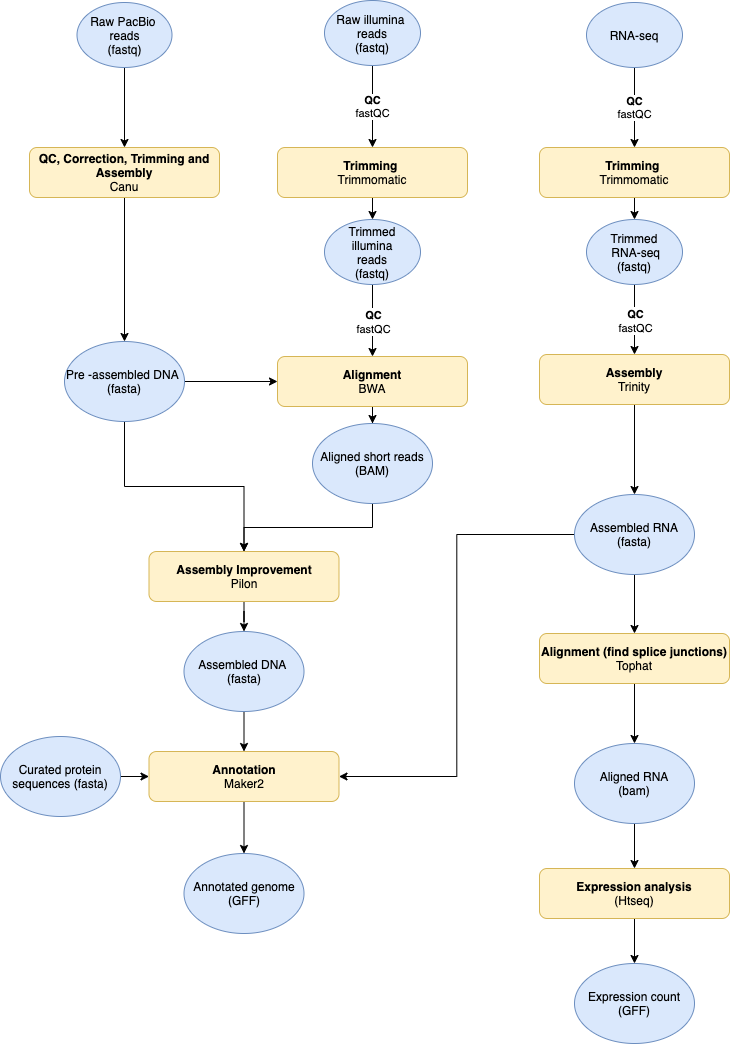
This is images/Project_plan.png from erik-burger/erik_burger_genome_analysis, a draw.io export, as it was before one commit. Source tidied: cells renumbered, new cells last; positions are measured from the earlier drawing's top-left corner, leaving out a move shared by most shapes.
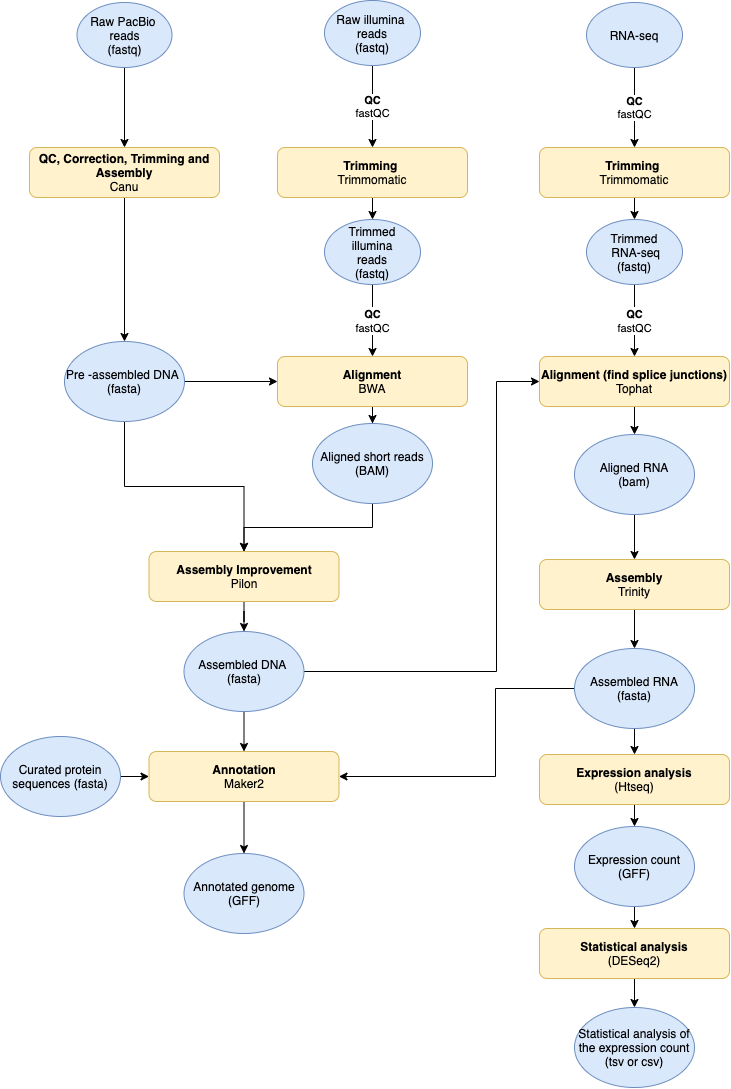
After the commit.

The edit, as a diff of the source:
```diff
@@ -47,6 +47,14 @@
     <mxCell id="16" style="edgeStyle=orthogonalEdgeStyle;rounded=0;jettySize=auto;html=1;entryX=0.5;entryY=0;entryDx=0;entryDy=0;" parent="1" edge="1" source="17" target="26">
       <mxGeometry relative="1" as="geometry" />
     </mxCell>
+    <mxCell id="50" style="edgeStyle=orthogonalEdgeStyle;rounded=0;jettySize=auto;html=1;entryX=0;entryY=0.5;entryDx=0;entryDy=0;" parent="1" edge="1" source="17" target="21">
+      <mxGeometry relative="1" as="geometry">
+        <Array as="points">
+          <mxPoint x="496" y="671" />
+          <mxPoint x="496" y="381" />
+        </Array>
+      </mxGeometry>
+    </mxCell>
     <mxCell id="17" value="Assembled DNA&amp;nbsp;&lt;br&gt;(fasta)" style="ellipse;whiteSpace=wrap;html=1;fillColor=#dae8fc;strokeColor=#6c8ebf;" parent="1" vertex="1">
       <mxGeometry x="183.5" y="631" width="120" height="80" as="geometry" />
     </mxCell>
@@ -60,16 +68,16 @@
       <mxGeometry relative="1" as="geometry" />
     </mxCell>
     <mxCell id="21" value="&lt;b&gt;Alignment (find splice junctions)&lt;/b&gt;&lt;br&gt;Tophat" style="rounded=1;whiteSpace=wrap;html=1;fillColor=#fff2cc;strokeColor=#d6b656;" parent="1" vertex="1">
-      <mxGeometry x="539" y="633" width="190" height="50" as="geometry" />
+      <mxGeometry x="539" y="356" width="190" height="50" as="geometry" />
     </mxCell>
     <mxCell id="22" value="&lt;span style=&quot;color: rgba(0 , 0 , 0 , 0) ; font-family: monospace ; font-size: 0px&quot;&gt;%3CmxGraphModel%3E%3Croot%3E%3CmxCell%20id%3D%220%22%2F%3E%3CmxCell%20id%3D%221%22%20parent%3D%220%22%2F%3E%3CmxCell%20id%3D%222%22%20value%3D%22QC%20and%20assembled%20DNA%26amp%3Bnbsp%3B%26lt%3Bbr%26gt%3B(fasta%20or%20.gfa)%22%20style%3D%22ellipse%3BwhiteSpace%3Dwrap%3Bhtml%3D1%3B%22%20vertex%3D%221%22%20parent%3D%221%22%3E%3CmxGeometry%20x%3D%22125%22%20y%3D%22350%22%20width%3D%22120%22%20height%3D%2280%22%20as%3D%22geometry%22%2F%3E%3C%2FmxCell%3E%3C%2Froot%3E%3C%2FmxGraphModel%3E&lt;/span&gt;" style="text;html=1;align=center;verticalAlign=middle;" parent="1" vertex="1">
-      <mxGeometry x="670" y="554" width="20" height="20" as="geometry" />
+      <mxGeometry x="670" y="796" width="20" height="20" as="geometry" />
     </mxCell>
-    <mxCell id="23" style="edgeStyle=orthogonalEdgeStyle;rounded=0;jettySize=auto;html=1;entryX=0.5;entryY=0;entryDx=0;entryDy=0;" parent="1" edge="1" source="24" target="38">
-      <mxGeometry relative="1" as="geometry" />
-    </mxCell>
+    <mxCell id="51" style="edgeStyle=orthogonalEdgeStyle;rounded=0;jettySize=auto;html=1;entryX=0.5;entryY=0;entryDx=0;entryDy=0;" parent="1" edge="1" source="24" target="32">
+      <mxGeometry relative="1" as="geometry" />
+    </mxCell>
     <mxCell id="24" value="Aligned RNA&lt;br&gt;(bam)" style="ellipse;whiteSpace=wrap;html=1;fillColor=#dae8fc;strokeColor=#6c8ebf;" parent="1" vertex="1">
-      <mxGeometry x="574" y="743" width="120" height="80" as="geometry" />
+      <mxGeometry x="574" y="434" width="120" height="80" as="geometry" />
     </mxCell>
     <mxCell id="25" style="edgeStyle=orthogonalEdgeStyle;rounded=0;jettySize=auto;html=1;" parent="1" edge="1" source="26" target="36">
       <mxGeometry relative="1" as="geometry" />
@@ -93,16 +101,21 @@
       <mxGeometry relative="1" as="geometry" />
     </mxCell>
     <mxCell id="32" value="&lt;b&gt;Assembly&lt;/b&gt;&lt;br&gt;Trinity" style="rounded=1;whiteSpace=wrap;html=1;fillColor=#fff2cc;strokeColor=#d6b656;" parent="1" vertex="1">
-      <mxGeometry x="539" y="354" width="190" height="50" as="geometry" />
+      <mxGeometry x="539" y="559" width="190" height="50" as="geometry" />
     </mxCell>
-    <mxCell id="33" style="edgeStyle=orthogonalEdgeStyle;rounded=0;jettySize=auto;html=1;entryX=0.5;entryY=0;entryDx=0;entryDy=0;" parent="1" edge="1" source="35" target="21">
-      <mxGeometry relative="1" as="geometry" />
-    </mxCell>
-    <mxCell id="34" style="edgeStyle=orthogonalEdgeStyle;rounded=0;jettySize=auto;html=1;entryX=1;entryY=0.5;entryDx=0;entryDy=0;" parent="1" edge="1" source="35" target="26">
-      <mxGeometry relative="1" as="geometry" />
+    <mxCell id="34" style="edgeStyle=orthogonalEdgeStyle;rounded=0;jettySize=auto;html=1;entryX=1;entryY=0.5;entryDx=0;entryDy=0;exitX=0;exitY=0.5;exitDx=0;exitDy=0;" parent="1" edge="1" source="35" target="26">
+      <mxGeometry relative="1" as="geometry">
+        <Array as="points">
+          <mxPoint x="495" y="688" />
+          <mxPoint x="495" y="776" />
+        </Array>
+      </mxGeometry>
     </mxCell>
+    <mxCell id="52" style="edgeStyle=orthogonalEdgeStyle;rounded=0;jettySize=auto;html=1;entryX=0.5;entryY=0;entryDx=0;entryDy=0;" parent="1" edge="1" source="35" target="38">
+      <mxGeometry relative="1" as="geometry" />
+    </mxCell>
     <mxCell id="35" value="Assembled RNA&lt;br&gt;(fasta)" style="ellipse;whiteSpace=wrap;html=1;fillColor=#dae8fc;strokeColor=#6c8ebf;" parent="1" vertex="1">
-      <mxGeometry x="574" y="494" width="120" height="80" as="geometry" />
+      <mxGeometry x="574" y="648" width="120" height="80" as="geometry" />
     </mxCell>
     <mxCell id="36" value="Annotated genome&lt;br&gt;(GFF)" style="ellipse;whiteSpace=wrap;html=1;fillColor=#dae8fc;strokeColor=#6c8ebf;" parent="1" vertex="1">
       <mxGeometry x="183.5" y="853" width="120" height="80" as="geometry" />
@@ -111,10 +124,13 @@
       <mxGeometry relative="1" as="geometry" />
     </mxCell>
     <mxCell id="38" value="&lt;b&gt;Expression analysis&lt;/b&gt;&lt;br&gt;(Htseq)" style="rounded=1;whiteSpace=wrap;html=1;fillColor=#fff2cc;strokeColor=#d6b656;" parent="1" vertex="1">
-      <mxGeometry x="539" y="868" width="190" height="50" as="geometry" />
+      <mxGeometry x="539" y="754" width="190" height="50" as="geometry" />
     </mxCell>
+    <mxCell id="53" style="edgeStyle=orthogonalEdgeStyle;rounded=0;jettySize=auto;html=1;entryX=0.5;entryY=0;entryDx=0;entryDy=0;" parent="1" edge="1" source="39" target="55">
+      <mxGeometry relative="1" as="geometry" />
+    </mxCell>
     <mxCell id="39" value="Expression count&lt;br&gt;(GFF)" style="ellipse;whiteSpace=wrap;html=1;fillColor=#dae8fc;strokeColor=#6c8ebf;" parent="1" vertex="1">
-      <mxGeometry x="574" y="963" width="120" height="80" as="geometry" />
+      <mxGeometry x="574" y="826" width="120" height="80" as="geometry" />
     </mxCell>
     <mxCell id="40" style="edgeStyle=orthogonalEdgeStyle;rounded=0;jettySize=auto;html=1;entryX=0.5;entryY=0;entryDx=0;entryDy=0;" parent="1" edge="1" source="41" target="46">
       <mxGeometry relative="1" as="geometry" />
@@ -139,7 +155,7 @@
     <mxCell id="46" value="&lt;span style=&quot;white-space: nowrap&quot;&gt;Trimmed&lt;br&gt;&amp;nbsp;illumina&amp;nbsp;&lt;/span&gt;&lt;br style=&quot;white-space: nowrap&quot;&gt;reads&lt;br&gt;(fastq)" style="ellipse;whiteSpace=wrap;html=1;fillColor=#dae8fc;strokeColor=#6c8ebf;" parent="1" vertex="1">
       <mxGeometry x="324" y="219" width="96" height="65" as="geometry" />
     </mxCell>
-    <mxCell id="47" style="edgeStyle=orthogonalEdgeStyle;rounded=0;jettySize=auto;html=1;exitX=0.5;exitY=1;exitDx=0;exitDy=0;entryX=0.5;entryY=0;entryDx=0;entryDy=0;" parent="1" edge="1" source="49" target="32">
+    <mxCell id="47" style="edgeStyle=orthogonalEdgeStyle;rounded=0;jettySize=auto;html=1;exitX=0.5;exitY=1;exitDx=0;exitDy=0;" parent="1" edge="1" source="49" target="21">
       <mxGeometry relative="1" as="geometry" />
     </mxCell>
     <mxCell id="48" value="&lt;b style=&quot;font-size: 11px&quot;&gt;QC&lt;/b&gt;&lt;br style=&quot;font-size: 11px&quot;&gt;&lt;span style=&quot;font-size: 11px&quot;&gt;fastQC&lt;/span&gt;" style="text;html=1;align=center;verticalAlign=middle;labelBackgroundColor=#ffffff;fontFamily=Helvetica;" parent="47" vertex="1">
@@ -150,5 +166,14 @@
     <mxCell id="49" value="&lt;span style=&quot;white-space: nowrap&quot;&gt;Trimmed&lt;br&gt;&amp;nbsp;RNA-seq&lt;/span&gt;&lt;br&gt;(fastq)" style="ellipse;whiteSpace=wrap;html=1;fillColor=#dae8fc;strokeColor=#6c8ebf;" parent="1" vertex="1">
       <mxGeometry x="586" y="219" width="96" height="65" as="geometry" />
     </mxCell>
+    <mxCell id="54" style="edgeStyle=orthogonalEdgeStyle;rounded=0;jettySize=auto;html=1;entryX=0.5;entryY=0;entryDx=0;entryDy=0;" parent="1" edge="1" source="55" target="56">
+      <mxGeometry relative="1" as="geometry" />
+    </mxCell>
+    <mxCell id="55" value="&lt;b&gt;Statistical analysis&lt;/b&gt;&lt;br&gt;(DESeq2)" style="rounded=1;whiteSpace=wrap;html=1;fillColor=#fff2cc;strokeColor=#d6b656;" parent="1" vertex="1">
+      <mxGeometry x="539" y="928" width="190" height="50" as="geometry" />
+    </mxCell>
+    <mxCell id="56" value="Statistical analysis of the expression count&lt;br&gt;(tsv or csv)" style="ellipse;whiteSpace=wrap;html=1;fillColor=#dae8fc;strokeColor=#6c8ebf;" parent="1" vertex="1">
+      <mxGeometry x="574" y="1007" width="120" height="80" as="geometry" />
+    </mxCell>
   </root>
 </mxGraphModel>
```
